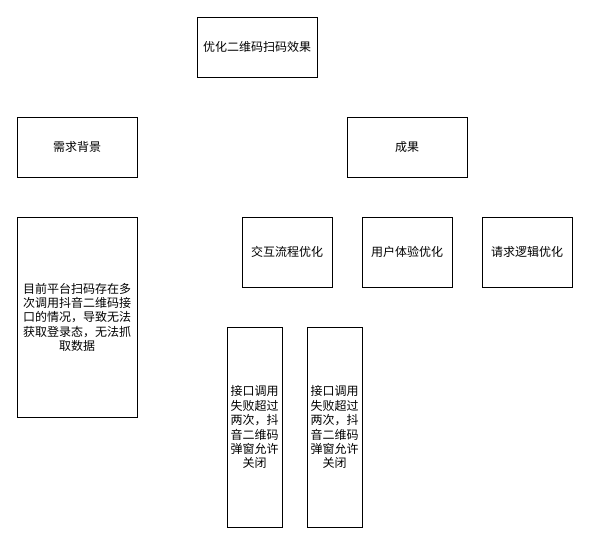
The draw.io diagram uml/未命名绘图.drawio in curechen/drawio, before the edit. Source tidied: cells renumbered, new cells numbered last; positions are measured from the earlier drawing's top-left corner, leaving out a move shared by most shapes. Both pictures are drawn from the tidied source at 100%, with x=0, y=0 at pixel (17, 17).
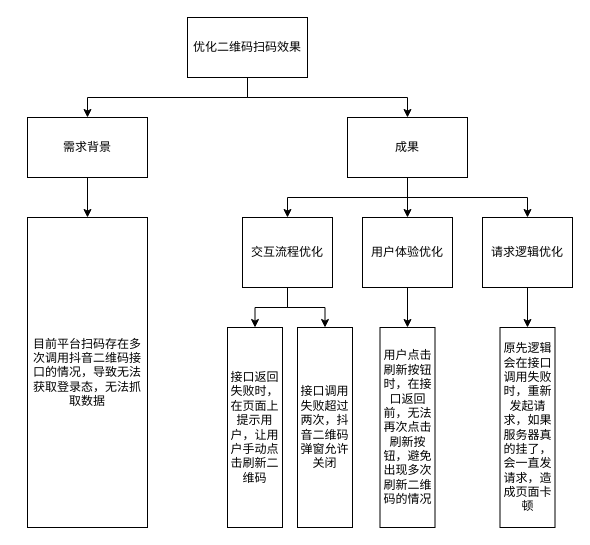
The same diagram, later.

Commit message:
更新未命名绘图.drawio

Unchanged cells that the change refers to:
```xml
<mxCell id="5" value="&lt;div style=&quot;text-align: justify;&quot;&gt;&lt;span style=&quot;background-color: initial;&quot;&gt;成果&lt;/span&gt;&lt;/div&gt;" style="rounded=0;whiteSpace=wrap;html=1;verticalAlign=middle;" parent="1" vertex="1">
  <mxGeometry x="330" y="100" width="120" height="60" as="geometry" />
</mxCell>
<mxCell id="6" value="交互流程优化" style="rounded=0;whiteSpace=wrap;html=1;" parent="1" vertex="1">
  <mxGeometry x="225" y="200" width="90" height="70" as="geometry" />
</mxCell>
<mxCell id="7" value="用户体验优化" style="rounded=0;whiteSpace=wrap;html=1;" parent="1" vertex="1">
  <mxGeometry x="345" y="200" width="90" height="70" as="geometry" />
</mxCell>
<mxCell id="8" value="请求逻辑优化" style="rounded=0;whiteSpace=wrap;html=1;" parent="1" vertex="1">
  <mxGeometry x="465" y="200" width="90" height="70" as="geometry" />
</mxCell>
```

Change to the diagram source:
```diff
@@
+    <mxCell id="11" style="edgeStyle=orthogonalEdgeStyle;rounded=0;jettySize=auto;html=1;exitX=0.5;exitY=1;exitDx=0;exitDy=0;entryX=0.5;entryY=0;entryDx=0;entryDy=0;" parent="1" edge="1" source="2" target="3">
+      <mxGeometry relative="1" as="geometry" />
+    </mxCell>
+    <mxCell id="12" style="edgeStyle=orthogonalEdgeStyle;rounded=0;jettySize=auto;html=1;exitX=0.5;exitY=1;exitDx=0;exitDy=0;" parent="1" edge="1" source="2" target="5">
+      <mxGeometry relative="1" as="geometry" />
+    </mxCell>
     <mxCell id="2" value="优化二维码扫码效果" style="rounded=0;whiteSpace=wrap;html=1;" parent="1" vertex="1">
-      <mxGeometry x="180" width="120" height="60" as="geometry" />
+      <mxGeometry x="170" width="120" height="60" as="geometry" />
     </mxCell>
+    <mxCell id="13" style="edgeStyle=orthogonalEdgeStyle;rounded=0;jettySize=auto;html=1;exitX=0.5;exitY=1;exitDx=0;exitDy=0;entryX=0.5;entryY=0;entryDx=0;entryDy=0;" parent="1" edge="1" source="3" target="4">
+      <mxGeometry relative="1" as="geometry" />
+    </mxCell>
     <mxCell id="3" value="&lt;div style=&quot;text-align: justify;&quot;&gt;&lt;span style=&quot;background-color: initial;&quot;&gt;需求背景&lt;/span&gt;&lt;/div&gt;" style="rounded=0;whiteSpace=wrap;html=1;verticalAlign=middle;" parent="1" vertex="1">
-      <mxGeometry y="100" width="120" height="60" as="geometry" />
+      <mxGeometry x="10" y="100" width="120" height="60" as="geometry" />
     </mxCell>
     <mxCell id="4" value="目前平台扫码存在多次调用抖音二维码接口的情况，导致无法获取登录态，无法抓取数据" style="rounded=0;whiteSpace=wrap;html=1;" parent="1" vertex="1">
-      <mxGeometry y="200" width="120" height="200" as="geometry" />
+      <mxGeometry x="10" y="200" width="120" height="310" as="geometry" />
     </mxCell>
+    <mxCell id="14" style="edgeStyle=orthogonalEdgeStyle;rounded=0;jettySize=auto;html=1;exitX=0.5;exitY=1;exitDx=0;exitDy=0;entryX=0.5;entryY=0;entryDx=0;entryDy=0;" parent="1" edge="1" source="5" target="6">
+      <mxGeometry relative="1" as="geometry" />
+    </mxCell>
+    <mxCell id="15" style="edgeStyle=orthogonalEdgeStyle;rounded=0;jettySize=auto;html=1;exitX=0.5;exitY=1;exitDx=0;exitDy=0;entryX=0.5;entryY=0;entryDx=0;entryDy=0;" parent="1" edge="1" source="5" target="7">
+      <mxGeometry relative="1" as="geometry" />
+    </mxCell>
+    <mxCell id="16" style="edgeStyle=orthogonalEdgeStyle;rounded=0;jettySize=auto;html=1;exitX=0.5;exitY=1;exitDx=0;exitDy=0;entryX=0.5;entryY=0;entryDx=0;entryDy=0;" parent="1" edge="1" source="5" target="8">
+      <mxGeometry relative="1" as="geometry" />
+    </mxCell>
@@
+    <mxCell id="17" style="edgeStyle=orthogonalEdgeStyle;rounded=0;jettySize=auto;html=1;exitX=0.5;exitY=1;exitDx=0;exitDy=0;entryX=0.5;entryY=0;entryDx=0;entryDy=0;" parent="1" edge="1" source="6" target="9">
+      <mxGeometry relative="1" as="geometry" />
+    </mxCell>
+    <mxCell id="18" style="edgeStyle=orthogonalEdgeStyle;rounded=0;jettySize=auto;html=1;exitX=0.5;exitY=1;exitDx=0;exitDy=0;entryX=0.5;entryY=0;entryDx=0;entryDy=0;" parent="1" edge="1" source="6" target="10">
+      <mxGeometry relative="1" as="geometry" />
+    </mxCell>
@@
+    <mxCell id="19" style="edgeStyle=orthogonalEdgeStyle;rounded=0;jettySize=auto;html=1;exitX=0.5;exitY=1;exitDx=0;exitDy=0;entryX=0.5;entryY=0;entryDx=0;entryDy=0;" parent="1" edge="1" source="7" target="21">
+      <mxGeometry relative="1" as="geometry" />
+    </mxCell>
@@
+    <mxCell id="20" style="edgeStyle=orthogonalEdgeStyle;rounded=0;jettySize=auto;html=1;exitX=0.5;exitY=1;exitDx=0;exitDy=0;entryX=0.5;entryY=0;entryDx=0;entryDy=0;" parent="1" edge="1" source="8" target="22">
+      <mxGeometry relative="1" as="geometry" />
+    </mxCell>
@@
-    <mxCell id="9" value="接口调用失败超过两次，抖音二维码弹窗允许关闭" style="rounded=0;whiteSpace=wrap;html=1;" parent="1" vertex="1">
+    <mxCell id="9" value="接口返回失败时，在页面上提示用户，让用户手动点击刷新二维码" style="rounded=0;whiteSpace=wrap;html=1;" parent="1" vertex="1">
       <mxGeometry x="210" y="310" width="55" height="200" as="geometry" />
     </mxCell>
     <mxCell id="10" value="接口调用失败超过两次，抖音二维码弹窗允许关闭" style="rounded=0;whiteSpace=wrap;html=1;" parent="1" vertex="1">
-      <mxGeometry x="290" y="310" width="55" height="200" as="geometry" />
+      <mxGeometry x="280" y="310" width="55" height="200" as="geometry" />
     </mxCell>
+    <mxCell id="21" value="用户点击刷新按钮时，在接口返回前，无法再次点击刷新按钮，避免出现多次刷新二维码的情况" style="rounded=0;whiteSpace=wrap;html=1;" parent="1" vertex="1">
+      <mxGeometry x="362.5" y="310" width="55" height="200" as="geometry" />
+    </mxCell>
+    <mxCell id="22" value="原先逻辑会在接口调用失败时，重新发起请求，如果服务器真的挂了，会一直发请求，造成页面卡顿" style="rounded=0;whiteSpace=wrap;html=1;" parent="1" vertex="1">
+      <mxGeometry x="482.5" y="310" width="55" height="200" as="geometry" />
+    </mxCell>
```
